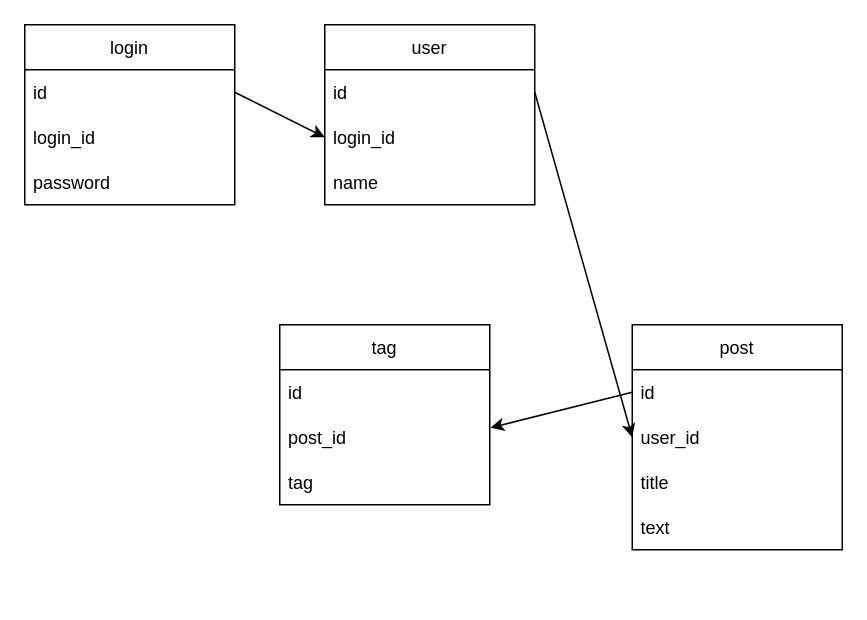
Above: DB/KhowlwdgeClowd.dio in P-boeleni/knowledgecloud (draw.io), before the change. Source tidied: cells renumbered, new cells numbered last; positions are measured from the earlier drawing's top-left corner, leaving out a move shared by most shapes. Both pictures are drawn from the tidied source at 150%, with x=0, y=0 at pixel (24, 24).
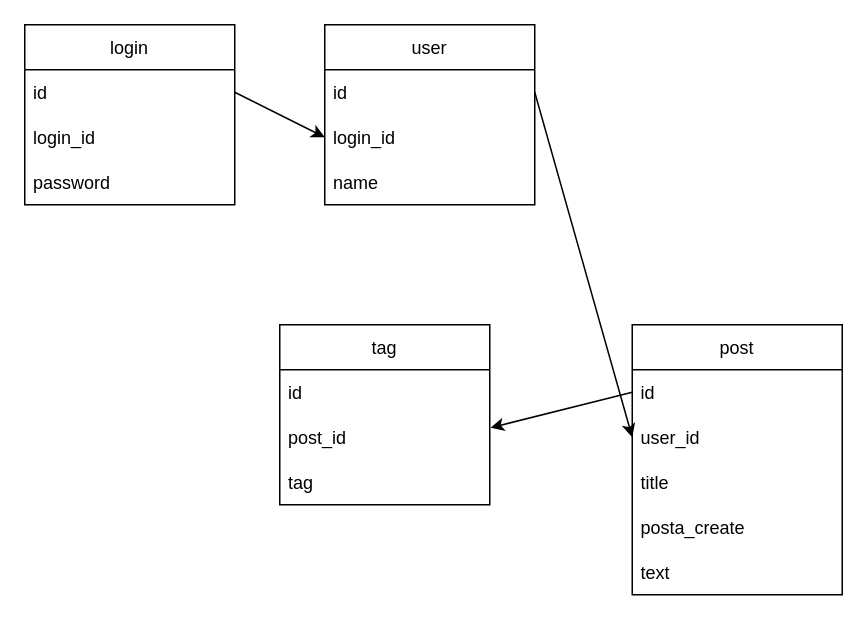
Above is the later version.

Diff of the diagram source:
```diff
@@
     <mxCell id="11" value="post" style="swimlane;fontStyle=0;horizontal=1;startSize=30;" parent="1" vertex="1">
-      <mxGeometry x="405" y="200" width="140" height="150" as="geometry" />
+      <mxGeometry x="405" y="200" width="140" height="180" as="geometry" />
     </mxCell>
@@
+    <mxCell id="22" value="posta_create" style="text;strokeColor=none;fillColor=none;align=left;verticalAlign=middle;spacingLeft=4;spacingRight=4;overflow=hidden;" parent="11" vertex="1">
+      <mxGeometry y="120" width="140" height="30" as="geometry" />
+    </mxCell>
     <mxCell id="15" value="text" style="text;strokeColor=none;fillColor=none;align=left;verticalAlign=middle;spacingLeft=4;spacingRight=4;overflow=hidden;" parent="11" vertex="1">
-      <mxGeometry y="120" width="140" height="30" as="geometry" />
+      <mxGeometry y="150" width="140" height="30" as="geometry" />
     </mxCell>
```
